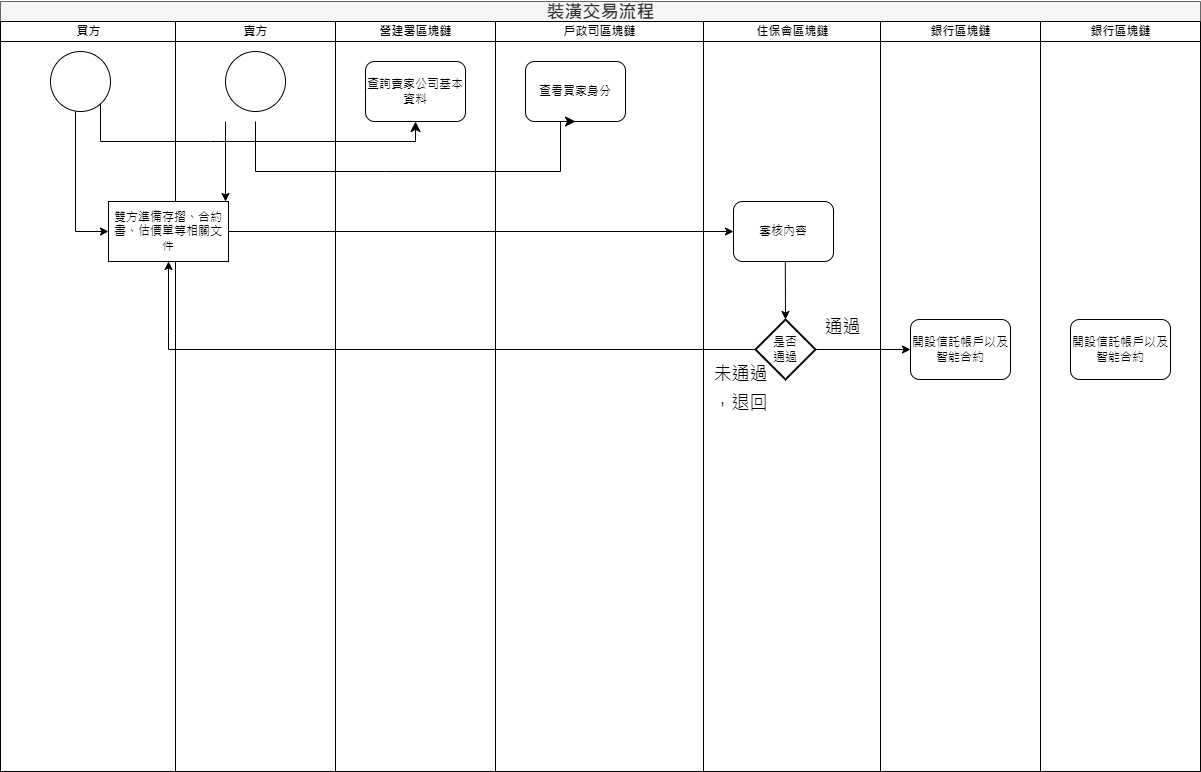
woodyyu111/Introducemyself keeps this draw.io diagram as images/未命名绘图.drawio.png. Above is the earlier version. Source tidied: cells renumbered, new cells last; positions are measured from the earlier drawing's top-left corner, leaving out a move shared by most shapes.
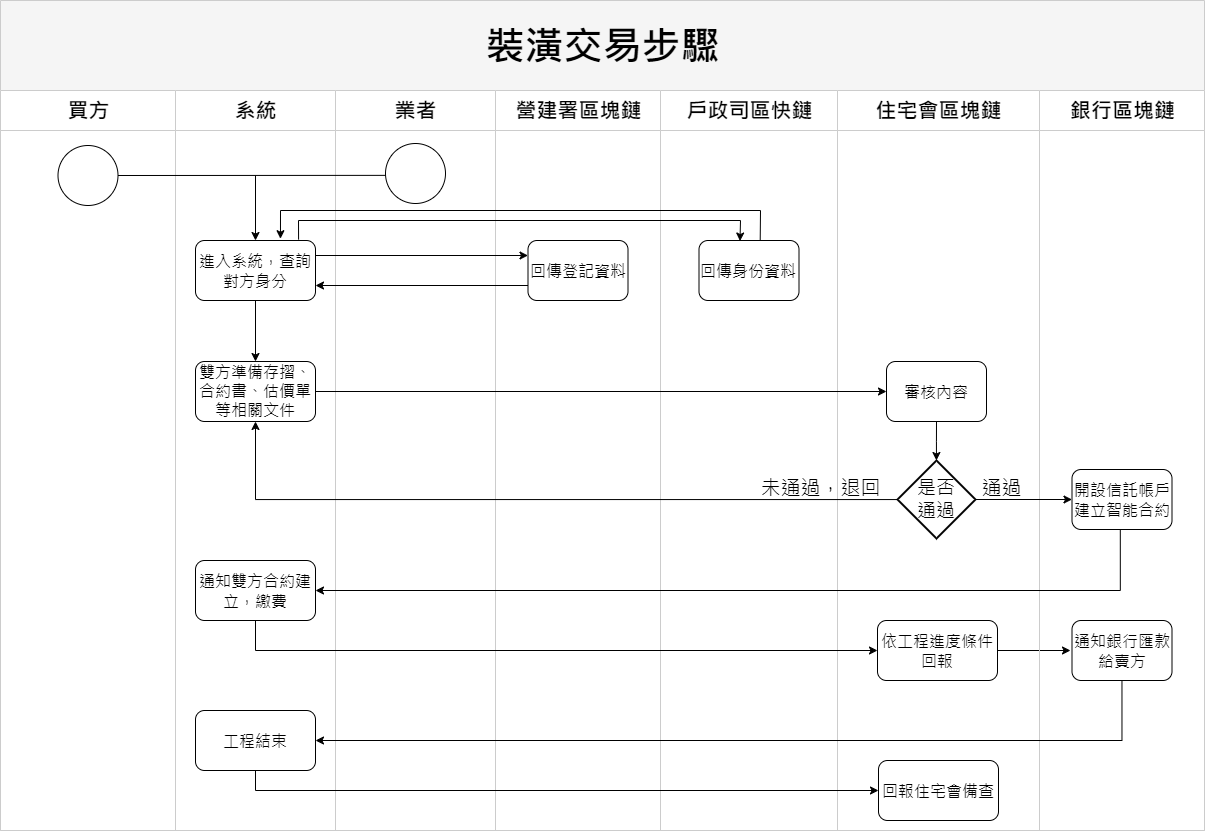
After the change.

Commit message:
已添加 未命名绘图.drawio.png

Diff of the diagram source:
```diff
@@ -2,114 +2,155 @@
   <root>
     <mxCell id="0" />
     <mxCell id="1" parent="0" />
-    <mxCell id="2" value="&lt;font style=&quot;font-size: 18px;&quot;&gt;裝潢交易流程&lt;/font&gt;" style="swimlane;html=1;startSize=20;rounded=0;shadow=0;labelBackgroundColor=none;strokeWidth=1;fontFamily=Verdana;fontSize=8;align=center;fillColor=#f5f5f5;fontColor=#333333;strokeColor=#666666;" parent="1" vertex="1">
-      <mxGeometry width="1200" height="770" as="geometry" />
+    <mxCell id="2" value="&lt;font color=&quot;#000000&quot; style=&quot;font-size: 39px;&quot;&gt;裝潢交易步驟&lt;/font&gt;" style="swimlane;html=1;startSize=90;rounded=0;shadow=0;labelBackgroundColor=none;strokeWidth=1;fontFamily=Verdana;fontSize=8;align=center;fillColor=#f5f5f5;fontColor=#333333;strokeColor=#CCCCCC;" parent="1" vertex="1">
+      <mxGeometry width="1204" height="830" as="geometry" />
     </mxCell>
-    <mxCell id="3" value="買方" style="swimlane;html=1;startSize=20;" parent="2" vertex="1">
-      <mxGeometry y="20" width="175" height="750" as="geometry" />
+    <mxCell id="3" value="&lt;font style=&quot;font-size: 21px;&quot;&gt;買方&lt;/font&gt;" style="swimlane;html=1;startSize=40;strokeColor=#CCCCCC;" parent="2" vertex="1">
+      <mxGeometry y="90" width="175" height="740" as="geometry" />
     </mxCell>
-    <mxCell id="4" style="shape=partialRectangle;whiteSpace=wrap;html=1;bottom=0;right=0;fillColor=none;rotation=-90;" parent="3" vertex="1">
-      <mxGeometry x="135" y="45" width="40" height="110" as="geometry" />
-    </mxCell>
     <mxCell id="5" style="ellipse;whiteSpace=wrap;html=1;" parent="3" vertex="1">
-      <mxGeometry x="50" y="30" width="60" height="60" as="geometry" />
+      <mxGeometry x="57.5" y="55" width="60" height="60" as="geometry" />
     </mxCell>
-    <mxCell id="6" value="賣方" style="swimlane;html=1;startSize=20;" parent="2" vertex="1">
-      <mxGeometry x="175" y="20" width="160" height="750" as="geometry" />
+    <mxCell id="6" value="&lt;font style=&quot;font-size: 21px;&quot;&gt;系統&lt;/font&gt;" style="swimlane;html=1;startSize=40;strokeColor=#CCCCCC;" parent="2" vertex="1">
+      <mxGeometry x="175" y="90" width="160" height="740" as="geometry" />
     </mxCell>
-    <mxCell id="7" style="endArrow=classic;html=1;rounded=0;" parent="6" edge="1">
-      <mxGeometry relative="1" as="geometry">
-        <mxPoint x="50" y="100" as="sourcePoint" />
-        <mxPoint x="50" y="180" as="targetPoint" />
-      </mxGeometry>
-    </mxCell>
-    <mxCell id="8" style="ellipse;whiteSpace=wrap;html=1;" parent="6" vertex="1">
-      <mxGeometry x="50" y="30" width="60" height="60" as="geometry" />
-    </mxCell>
+    <mxCell id="27" value="&lt;font style=&quot;font-size: 16px;&quot;&gt;雙方準備存摺、合約書、估價單等相關文件&lt;/font&gt;" style="rounded=1;whiteSpace=wrap;html=1;" parent="6" vertex="1">
+      <mxGeometry x="20" y="271" width="120" height="60" as="geometry" />
+    </mxCell>
+    <mxCell id="31" style="edgeStyle=orthogonalEdgeStyle;rounded=0;jettySize=auto;html=1;" parent="6" edge="1" source="32" target="27">
+      <mxGeometry relative="1" as="geometry" />
+    </mxCell>
+    <mxCell id="32" value="&lt;font style=&quot;font-size: 16px;&quot;&gt;進入系統，查詢對方身分&lt;/font&gt;" style="rounded=1;whiteSpace=wrap;html=1;shadow=0;labelBackgroundColor=none;strokeWidth=1;fontFamily=Verdana;fontSize=8;align=center;" parent="6" vertex="1">
+      <mxGeometry x="20" y="150" width="120" height="60" as="geometry" />
+    </mxCell>
+    <mxCell id="10" value="&lt;span style=&quot;font-size: 16px;&quot;&gt;通知雙方合約建立，繳費&lt;br&gt;&lt;/span&gt;" style="rounded=1;whiteSpace=wrap;html=1;shadow=0;labelBackgroundColor=none;strokeWidth=1;fontFamily=Verdana;fontSize=8;align=center;" parent="6" vertex="1">
+      <mxGeometry x="20" y="470" width="120" height="60" as="geometry" />
+    </mxCell>
+    <mxCell id="33" value="&lt;span style=&quot;font-size: 16px;&quot;&gt;工程結束&lt;/span&gt;" style="rounded=1;whiteSpace=wrap;html=1;shadow=0;labelBackgroundColor=none;strokeWidth=1;fontFamily=Verdana;fontSize=8;align=center;" parent="6" vertex="1">
+      <mxGeometry x="20" y="620" width="120" height="60" as="geometry" />
+    </mxCell>
-    <mxCell id="9" value="營建署區塊鏈" style="swimlane;html=1;startSize=20;" parent="2" vertex="1">
-      <mxGeometry x="335" y="20" width="160" height="750" as="geometry" />
+    <mxCell id="9" value="&lt;font style=&quot;font-size: 21px;&quot;&gt;業者&lt;/font&gt;" style="swimlane;html=1;startSize=40;strokeColor=#CCCCCC;" parent="2" vertex="1">
+      <mxGeometry x="335" y="90" width="160" height="740" as="geometry" />
     </mxCell>
-    <mxCell id="10" value="查詢賣家公司基本資料" style="rounded=1;whiteSpace=wrap;html=1;shadow=0;labelBackgroundColor=none;strokeWidth=1;fontFamily=Verdana;fontSize=8;align=center;" parent="9" vertex="1">
-      <mxGeometry x="30" y="40" width="100" height="60" as="geometry" />
-    </mxCell>
-    <mxCell id="11" style="edgeStyle=segmentEdgeStyle;endArrow=classic;html=1;curved=0;rounded=0;endSize=8;startSize=8;exitX=0;exitY=1;exitDx=0;exitDy=0;" parent="9" edge="1" source="4">
-      <mxGeometry relative="1" as="geometry">
-        <mxPoint x="80" y="100" as="targetPoint" />
-        <Array as="points">
-          <mxPoint x="80" y="120" />
-        </Array>
-      </mxGeometry>
-    </mxCell>
-    <mxCell id="12" style="shape=partialRectangle;whiteSpace=wrap;html=1;bottom=0;right=0;fillColor=none;rotation=-90;" parent="9" vertex="1">
-      <mxGeometry x="-40" y="60" width="50" height="130" as="geometry" />
-    </mxCell>
+    <mxCell id="34" style="ellipse;whiteSpace=wrap;html=1;" parent="9" vertex="1">
+      <mxGeometry x="50" y="53" width="60" height="60" as="geometry" />
+    </mxCell>
-    <mxCell id="13" value="戶政司區塊鏈" style="swimlane;html=1;startSize=20;" parent="2" vertex="1">
-      <mxGeometry x="495" y="20" width="208" height="750" as="geometry" />
+    <mxCell id="13" value="&lt;font style=&quot;font-size: 21px;&quot;&gt;營建署區塊鏈&lt;/font&gt;" style="swimlane;html=1;startSize=40;strokeColor=#CCCCCC;" parent="2" vertex="1">
+      <mxGeometry x="495" y="90" width="165" height="740" as="geometry" />
     </mxCell>
-    <mxCell id="14" value="查看買家身分" style="rounded=1;whiteSpace=wrap;html=1;shadow=0;labelBackgroundColor=none;strokeWidth=1;fontFamily=Verdana;fontSize=8;align=center;" parent="13" vertex="1">
-      <mxGeometry x="30" y="40" width="100" height="60" as="geometry" />
+    <mxCell id="14" value="&lt;font style=&quot;font-size: 16px;&quot;&gt;回傳登記資料&lt;/font&gt;" style="rounded=1;whiteSpace=wrap;html=1;shadow=0;labelBackgroundColor=none;strokeWidth=1;fontFamily=Verdana;fontSize=8;align=center;" parent="13" vertex="1">
+      <mxGeometry x="32.5" y="150" width="100" height="60" as="geometry" />
     </mxCell>
-    <mxCell id="15" value="住保會區塊鏈" style="swimlane;html=1;startSize=20;" parent="2" vertex="1">
-      <mxGeometry x="703" y="20" width="177" height="750" as="geometry" />
+    <mxCell id="15" value="&lt;font style=&quot;font-size: 21px;&quot;&gt;戶政司區快鏈&lt;/font&gt;" style="swimlane;html=1;startSize=40;strokeColor=#CCCCCC;" parent="2" vertex="1">
+      <mxGeometry x="660" y="90" width="177" height="740" as="geometry" />
     </mxCell>
+    <mxCell id="22" value="&lt;font style=&quot;font-size: 16px;&quot;&gt;回傳身份資料&lt;/font&gt;" style="rounded=1;whiteSpace=wrap;html=1;shadow=0;labelBackgroundColor=none;strokeWidth=1;fontFamily=Verdana;fontSize=8;align=center;" parent="15" vertex="1">
+      <mxGeometry x="38.5" y="150" width="100" height="60" as="geometry" />
+    </mxCell>
+    <mxCell id="35" style="endArrow=classic;html=1;rounded=0;exitX=1;exitY=0.5;exitDx=0;exitDy=0;" parent="15" edge="1" source="36">
+      <mxGeometry relative="1" as="geometry">
+        <mxPoint x="410" y="560" as="targetPoint" />
+      </mxGeometry>
+    </mxCell>
+    <mxCell id="21" value="&lt;font style=&quot;font-size: 21px;&quot;&gt;住宅會區塊鏈&lt;/font&gt;" style="swimlane;html=1;startSize=40;strokeColor=#CCCCCC;" parent="2" vertex="1">
+      <mxGeometry x="837" y="90" width="202" height="740" as="geometry" />
+    </mxCell>
+    <mxCell id="20" style="edgeStyle=orthogonalEdgeStyle;rounded=0;jettySize=auto;html=1;exitX=0.5;exitY=1;exitDx=0;exitDy=0;" parent="21" edge="1" source="16" target="17">
+      <mxGeometry relative="1" as="geometry" />
+    </mxCell>
-    <mxCell id="16" value="審核內容" style="rounded=1;whiteSpace=wrap;html=1;shadow=0;labelBackgroundColor=none;strokeWidth=1;fontFamily=Verdana;fontSize=8;align=center;" parent="15" vertex="1">
-      <mxGeometry x="30" y="180" width="100" height="60" as="geometry" />
+    <mxCell id="16" value="&lt;font style=&quot;font-size: 16px;&quot;&gt;審核內容&lt;/font&gt;" style="rounded=1;whiteSpace=wrap;html=1;shadow=0;labelBackgroundColor=none;strokeWidth=1;fontFamily=Verdana;fontSize=8;align=center;" parent="21" vertex="1">
+      <mxGeometry x="49" y="271" width="100" height="60" as="geometry" />
     </mxCell>
-    <mxCell id="17" value="是否&lt;br&gt;通過" style="strokeWidth=2;html=1;shape=mxgraph.flowchart.decision;whiteSpace=wrap;" parent="15" vertex="1">
-      <mxGeometry x="52" y="298" width="60" height="60" as="geometry" />
+    <mxCell id="17" value="&lt;font style=&quot;font-size: 19px;&quot;&gt;是否&lt;br&gt;通過&lt;/font&gt;" style="strokeWidth=2;html=1;shape=mxgraph.flowchart.decision;whiteSpace=wrap;" parent="21" vertex="1">
+      <mxGeometry x="60" y="370" width="78" height="78" as="geometry" />
     </mxCell>
+    <mxCell id="19" value="&lt;span style=&quot;font-weight: normal;&quot;&gt;&lt;font style=&quot;font-size: 20px;&quot;&gt;通過&lt;/font&gt;&lt;/span&gt;" style="text;strokeColor=none;fillColor=none;html=1;fontSize=24;fontStyle=1;verticalAlign=middle;align=center;" parent="21" vertex="1">
+      <mxGeometry x="125" y="383" width="77" height="28" as="geometry" />
+    </mxCell>
+    <mxCell id="36" value="&lt;span style=&quot;font-size: 16px;&quot;&gt;依工程進度條件回報&lt;/span&gt;" style="rounded=1;whiteSpace=wrap;html=1;shadow=0;labelBackgroundColor=none;strokeWidth=1;fontFamily=Verdana;fontSize=8;align=center;" parent="21" vertex="1">
+      <mxGeometry x="40" y="530" width="120" height="60" as="geometry" />
+    </mxCell>
+    <mxCell id="37" value="&lt;span style=&quot;font-size: 16px;&quot;&gt;回報住宅會備查&lt;/span&gt;" style="rounded=1;whiteSpace=wrap;html=1;shadow=0;labelBackgroundColor=none;strokeWidth=1;fontFamily=Verdana;fontSize=8;align=center;" parent="21" vertex="1">
+      <mxGeometry x="41" y="670" width="120" height="60" as="geometry" />
+    </mxCell>
-    <mxCell id="18" value="&lt;span style=&quot;font-weight: normal;&quot;&gt;&lt;font style=&quot;font-size: 18px;&quot;&gt;未通過&lt;br&gt;，退回&lt;/font&gt;&lt;/span&gt;" style="text;strokeColor=none;fillColor=none;html=1;fontSize=24;fontStyle=1;verticalAlign=middle;align=center;" parent="15" vertex="1">
-      <mxGeometry x="-13" y="338" width="100" height="54" as="geometry" />
+    <mxCell id="18" value="&lt;span style=&quot;font-weight: normal;&quot;&gt;&lt;font style=&quot;&quot;&gt;&lt;font style=&quot;font-size: 20px;&quot;&gt;未通過，退回&lt;/font&gt;&lt;br&gt;&lt;/font&gt;&lt;/span&gt;" style="text;strokeColor=none;fillColor=none;html=1;fontSize=24;fontStyle=1;verticalAlign=middle;align=center;" parent="21" vertex="1">
+      <mxGeometry x="-67" y="370" width="100" height="54" as="geometry" />
     </mxCell>
-    <mxCell id="19" value="&lt;span style=&quot;font-weight: normal;&quot;&gt;&lt;font style=&quot;font-size: 18px;&quot;&gt;通過&lt;/font&gt;&lt;/span&gt;" style="text;strokeColor=none;fillColor=none;html=1;fontSize=24;fontStyle=1;verticalAlign=middle;align=center;" parent="15" vertex="1">
-      <mxGeometry x="100" y="290" width="77" height="28" as="geometry" />
-    </mxCell>
-    <mxCell id="20" style="endArrow=classic;html=1;rounded=0;entryX=0.5;entryY=0;entryDx=0;entryDy=0;entryPerimeter=0;exitX=0.518;exitY=1.009;exitDx=0;exitDy=0;exitPerimeter=0;" parent="15" edge="1" source="16" target="17">
-      <mxGeometry relative="1" as="geometry" />
-    </mxCell>
-    <mxCell id="21" value="銀行區塊鏈" style="swimlane;html=1;startSize=20;" parent="2" vertex="1">
-      <mxGeometry x="880" y="20" width="160" height="750" as="geometry" />
-    </mxCell>
-    <mxCell id="22" value="開設信託帳戶以及智能合約" style="rounded=1;whiteSpace=wrap;html=1;shadow=0;labelBackgroundColor=none;strokeWidth=1;fontFamily=Verdana;fontSize=8;align=center;" parent="21" vertex="1">
-      <mxGeometry x="30" y="298" width="100" height="60" as="geometry" />
-    </mxCell>
+    <mxCell id="38" style="endArrow=none;html=1;rounded=0;entryX=0;entryY=0.531;entryDx=0;entryDy=0;entryPerimeter=0;exitX=1;exitY=0.5;exitDx=0;exitDy=0;" parent="2" edge="1" source="5" target="34">
+      <mxGeometry relative="1" as="geometry" />
+    </mxCell>
+    <mxCell id="39" style="endArrow=classic;html=1;rounded=0;exitX=1;exitY=0.25;exitDx=0;exitDy=0;entryX=0;entryY=0.25;entryDx=0;entryDy=0;" parent="2" edge="1" source="32" target="14">
+      <mxGeometry relative="1" as="geometry" />
+    </mxCell>
+    <mxCell id="40" style="endArrow=classic;html=1;rounded=0;entryX=1;entryY=0.75;entryDx=0;entryDy=0;exitX=0;exitY=0.75;exitDx=0;exitDy=0;" parent="2" edge="1" source="14" target="32">
+      <mxGeometry relative="1" as="geometry" />
+    </mxCell>
+    <mxCell id="28" style="edgeStyle=orthogonalEdgeStyle;rounded=0;jettySize=auto;html=1;entryX=0;entryY=0.5;entryDx=0;entryDy=0;" parent="2" edge="1" source="27" target="16">
+      <mxGeometry relative="1" as="geometry" />
+    </mxCell>
+    <mxCell id="29" style="edgeStyle=orthogonalEdgeStyle;rounded=0;jettySize=auto;html=1;entryX=0.5;entryY=1;entryDx=0;entryDy=0;" parent="2" edge="1" source="17" target="27">
+      <mxGeometry relative="1" as="geometry" />
+    </mxCell>
-    <mxCell id="23" value="銀行區塊鏈" style="swimlane;html=1;startSize=20;" parent="2" vertex="1">
-      <mxGeometry x="1040" y="20" width="160" height="750" as="geometry" />
+    <mxCell id="23" value="&lt;font style=&quot;font-size: 21px;&quot;&gt;銀行區塊鏈&lt;/font&gt;" style="swimlane;html=1;startSize=40;strokeColor=#CCCCCC;" parent="2" vertex="1">
+      <mxGeometry x="1039" y="90" width="165" height="740" as="geometry" />
     </mxCell>
-    <mxCell id="24" value="開設信託帳戶以及智能合約" style="rounded=1;whiteSpace=wrap;html=1;shadow=0;labelBackgroundColor=none;strokeWidth=1;fontFamily=Verdana;fontSize=8;align=center;" parent="23" vertex="1">
-      <mxGeometry x="30" y="298" width="100" height="60" as="geometry" />
+    <mxCell id="24" value="&lt;font style=&quot;font-size: 16px;&quot;&gt;開設信託帳戶建立智能合約&lt;/font&gt;" style="rounded=1;whiteSpace=wrap;html=1;shadow=0;labelBackgroundColor=none;strokeWidth=1;fontFamily=Verdana;fontSize=8;align=center;" parent="23" vertex="1">
+      <mxGeometry x="32.5" y="379" width="100" height="60" as="geometry" />
     </mxCell>
-    <mxCell id="25" style="edgeStyle=segmentEdgeStyle;endArrow=classic;html=1;curved=0;rounded=0;endSize=8;startSize=8;exitX=0;exitY=1;exitDx=0;exitDy=0;entryX=0.5;entryY=1;entryDx=0;entryDy=0;" parent="2" edge="1" source="12" target="14">
-      <mxGeometry relative="1" as="geometry">
-        <Array as="points">
-          <mxPoint x="560" y="170" />
-        </Array>
-      </mxGeometry>
-    </mxCell>
-    <mxCell id="26" style="endArrow=classic;html=1;rounded=0;entryX=0;entryY=0.5;entryDx=0;entryDy=0;exitX=1;exitY=0.5;exitDx=0;exitDy=0;exitPerimeter=0;" parent="2" edge="1" source="17" target="22">
-      <mxGeometry relative="1" as="geometry" />
-    </mxCell>
-    <mxCell id="27" value="雙方準備存摺、合約書、估價單等相關文件" style="rounded=0;whiteSpace=wrap;html=1;" parent="1" vertex="1">
-      <mxGeometry x="108" y="200" width="120" height="60" as="geometry" />
-    </mxCell>
-    <mxCell id="28" style="endArrow=classic;html=1;rounded=0;exitX=1;exitY=0.5;exitDx=0;exitDy=0;entryX=0;entryY=0.5;entryDx=0;entryDy=0;" parent="1" edge="1" source="27" target="16">
-      <mxGeometry relative="1" as="geometry" />
-    </mxCell>
-    <mxCell id="29" style="endArrow=classic;html=1;rounded=0;entryX=0.5;entryY=1;entryDx=0;entryDy=0;exitX=0;exitY=0.5;exitDx=0;exitDy=0;exitPerimeter=0;" parent="1" edge="1" source="17" target="27">
-      <mxGeometry relative="1" as="geometry">
-        <Array as="points">
-          <mxPoint x="168" y="348" />
-          <mxPoint x="168" y="330" />
-        </Array>
-      </mxGeometry>
-    </mxCell>
-    <mxCell id="30" style="endArrow=classic;html=1;rounded=0;entryX=0;entryY=0.5;entryDx=0;entryDy=0;" parent="1" edge="1" target="27">
-      <mxGeometry relative="1" as="geometry">
-        <mxPoint x="75" y="110" as="sourcePoint" />
-        <Array as="points">
-          <mxPoint x="75" y="230" />
-        </Array>
-      </mxGeometry>
-    </mxCell>
+    <mxCell id="41" value="&lt;span style=&quot;font-size: 16px;&quot;&gt;通知銀行匯款給賣方&lt;/span&gt;" style="rounded=1;whiteSpace=wrap;html=1;shadow=0;labelBackgroundColor=none;strokeWidth=1;fontFamily=Verdana;fontSize=8;align=center;" parent="23" vertex="1">
+      <mxGeometry x="32.5" y="530" width="100" height="60" as="geometry" />
+    </mxCell>
+    <mxCell id="42" style="edgeStyle=orthogonalEdgeStyle;rounded=0;jettySize=auto;html=1;exitX=1;exitY=0.5;exitDx=0;exitDy=0;exitPerimeter=0;" parent="2" edge="1" source="17" target="24">
+      <mxGeometry relative="1" as="geometry" />
+    </mxCell>
+    <mxCell id="43" style="edgeStyle=orthogonalEdgeStyle;rounded=0;jettySize=auto;html=1;entryX=0;entryY=0.5;entryDx=0;entryDy=0;" parent="2" edge="1" source="10" target="36">
+      <mxGeometry relative="1" as="geometry">
+        <Array as="points">
+          <mxPoint x="255" y="580" />
+        </Array>
+      </mxGeometry>
+    </mxCell>
+    <mxCell id="44" style="edgeStyle=orthogonalEdgeStyle;rounded=0;jettySize=auto;html=1;entryX=1;entryY=0.5;entryDx=0;entryDy=0;" parent="2" edge="1" source="41" target="33">
+      <mxGeometry relative="1" as="geometry">
+        <Array as="points">
+          <mxPoint x="1121" y="670" />
+        </Array>
+      </mxGeometry>
+    </mxCell>
+    <mxCell id="45" style="edgeStyle=orthogonalEdgeStyle;rounded=0;jettySize=auto;html=1;entryX=0;entryY=0.5;entryDx=0;entryDy=0;" parent="2" edge="1" source="33" target="37">
+      <mxGeometry relative="1" as="geometry">
+        <Array as="points">
+          <mxPoint x="255" y="740" />
+        </Array>
+      </mxGeometry>
+    </mxCell>
+    <mxCell id="46" style="endArrow=classic;html=1;rounded=0;entryX=0.41;entryY=0.009;entryDx=0;entryDy=0;entryPerimeter=0;exitX=0.859;exitY=-0.015;exitDx=0;exitDy=0;exitPerimeter=0;" parent="2" edge="1" source="32" target="22">
+      <mxGeometry relative="1" as="geometry">
+        <Array as="points">
+          <mxPoint x="298" y="220" />
+          <mxPoint x="740" y="220" />
+        </Array>
+      </mxGeometry>
+    </mxCell>
+    <mxCell id="47" style="endArrow=classic;html=1;rounded=0;entryX=0.708;entryY=-0.03;entryDx=0;entryDy=0;entryPerimeter=0;exitX=0.612;exitY=0.003;exitDx=0;exitDy=0;exitPerimeter=0;" parent="2" edge="1" source="22" target="32">
+      <mxGeometry relative="1" as="geometry">
+        <Array as="points">
+          <mxPoint x="760" y="210" />
+          <mxPoint x="280" y="210" />
+        </Array>
+      </mxGeometry>
+    </mxCell>
+    <mxCell id="48" style="edgeStyle=orthogonalEdgeStyle;rounded=0;jettySize=auto;html=1;entryX=1;entryY=0.5;entryDx=0;entryDy=0;exitX=0.483;exitY=0.997;exitDx=0;exitDy=0;exitPerimeter=0;" parent="2" edge="1" source="24" target="10">
+      <mxGeometry relative="1" as="geometry">
+        <Array as="points">
+          <mxPoint x="1120" y="590" />
+        </Array>
+      </mxGeometry>
+    </mxCell>
+    <mxCell id="49" style="endArrow=classic;html=1;rounded=0;entryX=0.5;entryY=0;entryDx=0;entryDy=0;" parent="1" edge="1" target="32">
+      <mxGeometry relative="1" as="geometry">
+        <mxPoint x="255" y="175" as="sourcePoint" />
+      </mxGeometry>
+    </mxCell>
   </root>
 </mxGraphModel>
```
